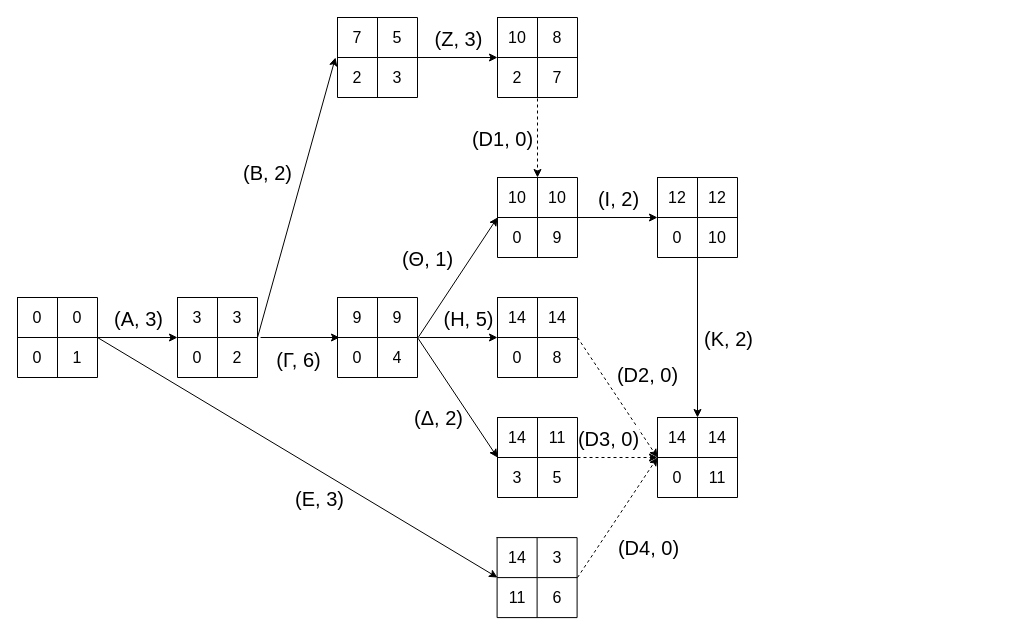
Above: BI - task 4.drawio in asimakiskydros/University-Projects (draw.io), before the change. Source tidied: cells renumbered, new cells numbered last; positions are measured from the earlier drawing's top-left corner, leaving out a move shared by most shapes. Both pictures are drawn from the tidied source at 100%, with x=0, y=0 at pixel (17, 17).
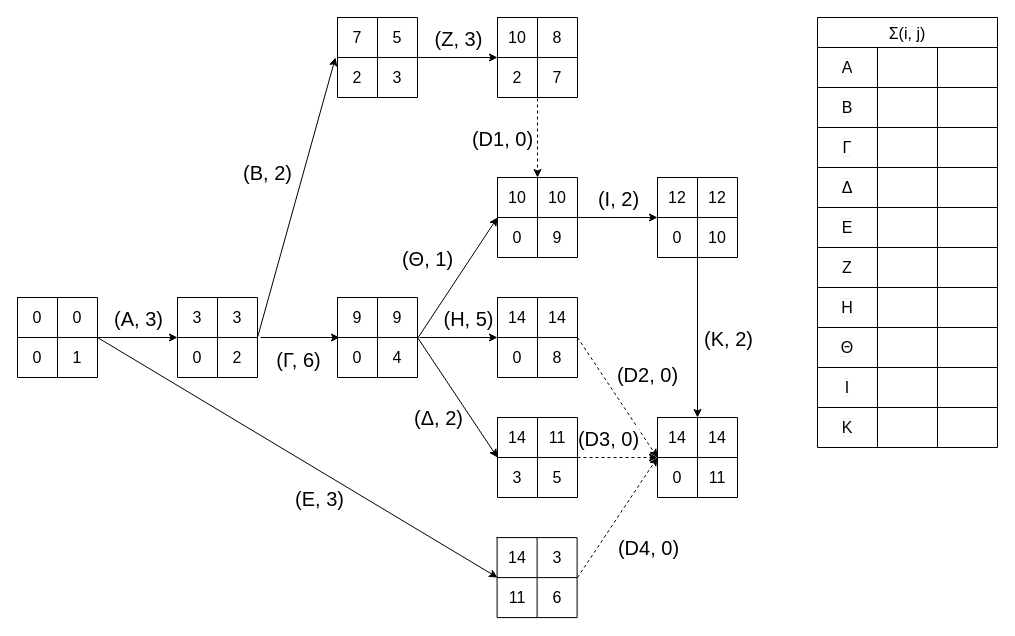
After the change.

The edit, as a diff of the source:
```diff
@@
+    <mxCell id="107" value="Σ(i, j)" style="shape=table;startSize=30;childLayout=tableLayout;strokeColor=default;fontSize=16;labelBackgroundColor=none;" parent="1" vertex="1">
+      <mxGeometry x="800" width="180" height="430" as="geometry" />
+    </mxCell>
+    <mxCell id="108" style="shape=tableRow;horizontal=0;startSize=0;swimlaneHead=0;swimlaneBody=0;strokeColor=inherit;top=0;left=0;bottom=0;right=0;fillColor=none;fontSize=16;labelBackgroundColor=#CCFFFF;" parent="107" vertex="1">
+      <mxGeometry y="30" width="180" height="40" as="geometry" />
+    </mxCell>
+    <mxCell id="109" value="&lt;span style=&quot;background-color: rgb(255, 255, 255);&quot;&gt;Α&lt;/span&gt;" style="shape=partialRectangle;html=1;whiteSpace=wrap;strokeColor=inherit;overflow=hidden;fillColor=none;top=0;left=0;bottom=0;right=0;fontSize=16;labelBackgroundColor=#CCFFFF;" parent="108" vertex="1">
+      <mxGeometry width="60" height="40" as="geometry" />
+    </mxCell>
+    <mxCell id="110" style="shape=partialRectangle;html=1;whiteSpace=wrap;strokeColor=inherit;overflow=hidden;fillColor=none;top=0;left=0;bottom=0;right=0;fontSize=16;labelBackgroundColor=#CCFFFF;" parent="108" vertex="1">
+      <mxGeometry x="60" width="60" height="40" as="geometry" />
+    </mxCell>
+    <mxCell id="111" style="shape=partialRectangle;html=1;whiteSpace=wrap;strokeColor=inherit;overflow=hidden;fillColor=none;top=0;left=0;bottom=0;right=0;fontSize=16;labelBackgroundColor=#CCFFFF;" parent="108" vertex="1">
+      <mxGeometry x="120" width="60" height="40" as="geometry" />
+    </mxCell>
+    <mxCell id="112" style="shape=tableRow;horizontal=0;startSize=0;swimlaneHead=0;swimlaneBody=0;strokeColor=inherit;top=0;left=0;bottom=0;right=0;fillColor=none;fontSize=16;labelBackgroundColor=#CCFFFF;" parent="107" vertex="1">
+      <mxGeometry y="70" width="180" height="40" as="geometry" />
+    </mxCell>
+    <mxCell id="113" value="&lt;span style=&quot;background-color: rgb(255, 255, 255);&quot;&gt;Β&lt;/span&gt;" style="shape=partialRectangle;html=1;whiteSpace=wrap;strokeColor=inherit;overflow=hidden;fillColor=none;top=0;left=0;bottom=0;right=0;fontSize=16;labelBackgroundColor=#CCFFFF;" parent="112" vertex="1">
+      <mxGeometry width="60" height="40" as="geometry" />
+    </mxCell>
+    <mxCell id="114" style="shape=partialRectangle;html=1;whiteSpace=wrap;strokeColor=inherit;overflow=hidden;fillColor=none;top=0;left=0;bottom=0;right=0;fontSize=16;labelBackgroundColor=#CCFFFF;" parent="112" vertex="1">
+      <mxGeometry x="60" width="60" height="40" as="geometry" />
+    </mxCell>
+    <mxCell id="115" style="shape=partialRectangle;html=1;whiteSpace=wrap;strokeColor=inherit;overflow=hidden;fillColor=none;top=0;left=0;bottom=0;right=0;fontSize=16;labelBackgroundColor=#CCFFFF;" parent="112" vertex="1">
+      <mxGeometry x="120" width="60" height="40" as="geometry" />
+    </mxCell>
+    <mxCell id="116" style="shape=tableRow;horizontal=0;startSize=0;swimlaneHead=0;swimlaneBody=0;strokeColor=inherit;top=0;left=0;bottom=0;right=0;fillColor=none;fontSize=16;labelBackgroundColor=#CCFFFF;" parent="107" vertex="1">
+      <mxGeometry y="110" width="180" height="40" as="geometry" />
+    </mxCell>
+    <mxCell id="117" value="&lt;span style=&quot;background-color: rgb(255, 255, 255);&quot;&gt;Γ&lt;/span&gt;" style="shape=partialRectangle;html=1;whiteSpace=wrap;strokeColor=inherit;overflow=hidden;fillColor=none;top=0;left=0;bottom=0;right=0;fontSize=16;labelBackgroundColor=#CCFFFF;" parent="116" vertex="1">
+      <mxGeometry width="60" height="40" as="geometry" />
+    </mxCell>
+    <mxCell id="118" style="shape=partialRectangle;html=1;whiteSpace=wrap;strokeColor=inherit;overflow=hidden;fillColor=none;top=0;left=0;bottom=0;right=0;fontSize=16;labelBackgroundColor=#CCFFFF;" parent="116" vertex="1">
+      <mxGeometry x="60" width="60" height="40" as="geometry" />
+    </mxCell>
+    <mxCell id="119" style="shape=partialRectangle;html=1;whiteSpace=wrap;strokeColor=inherit;overflow=hidden;fillColor=none;top=0;left=0;bottom=0;right=0;fontSize=16;labelBackgroundColor=#CCFFFF;" parent="116" vertex="1">
+      <mxGeometry x="120" width="60" height="40" as="geometry" />
+    </mxCell>
+    <mxCell id="120" style="shape=tableRow;horizontal=0;startSize=0;swimlaneHead=0;swimlaneBody=0;strokeColor=inherit;top=0;left=0;bottom=0;right=0;fillColor=none;fontSize=16;labelBackgroundColor=#CCFFFF;" parent="107" vertex="1">
+      <mxGeometry y="150" width="180" height="40" as="geometry" />
+    </mxCell>
+    <mxCell id="121" value="&lt;span style=&quot;background-color: rgb(255, 255, 255);&quot;&gt;Δ&lt;/span&gt;" style="shape=partialRectangle;html=1;whiteSpace=wrap;strokeColor=inherit;overflow=hidden;fillColor=none;top=0;left=0;bottom=0;right=0;fontSize=16;labelBackgroundColor=#CCFFFF;" parent="120" vertex="1">
+      <mxGeometry width="60" height="40" as="geometry" />
+    </mxCell>
+    <mxCell id="122" style="shape=partialRectangle;html=1;whiteSpace=wrap;strokeColor=inherit;overflow=hidden;fillColor=none;top=0;left=0;bottom=0;right=0;fontSize=16;labelBackgroundColor=#CCFFFF;" parent="120" vertex="1">
+      <mxGeometry x="60" width="60" height="40" as="geometry" />
+    </mxCell>
+    <mxCell id="123" style="shape=partialRectangle;html=1;whiteSpace=wrap;strokeColor=inherit;overflow=hidden;fillColor=none;top=0;left=0;bottom=0;right=0;fontSize=16;labelBackgroundColor=#CCFFFF;" parent="120" vertex="1">
+      <mxGeometry x="120" width="60" height="40" as="geometry" />
+    </mxCell>
+    <mxCell id="124" style="shape=tableRow;horizontal=0;startSize=0;swimlaneHead=0;swimlaneBody=0;strokeColor=inherit;top=0;left=0;bottom=0;right=0;fillColor=none;fontSize=16;labelBackgroundColor=#CCFFFF;" parent="107" vertex="1">
+      <mxGeometry y="190" width="180" height="40" as="geometry" />
+    </mxCell>
+    <mxCell id="125" value="&lt;span style=&quot;background-color: rgb(255, 255, 255);&quot;&gt;Ε&lt;/span&gt;" style="shape=partialRectangle;html=1;whiteSpace=wrap;strokeColor=inherit;overflow=hidden;fillColor=none;top=0;left=0;bottom=0;right=0;fontSize=16;labelBackgroundColor=#CCFFFF;" parent="124" vertex="1">
+      <mxGeometry width="60" height="40" as="geometry" />
+    </mxCell>
+    <mxCell id="126" style="shape=partialRectangle;html=1;whiteSpace=wrap;strokeColor=inherit;overflow=hidden;fillColor=none;top=0;left=0;bottom=0;right=0;fontSize=16;labelBackgroundColor=#CCFFFF;" parent="124" vertex="1">
+      <mxGeometry x="60" width="60" height="40" as="geometry" />
+    </mxCell>
+    <mxCell id="127" style="shape=partialRectangle;html=1;whiteSpace=wrap;strokeColor=inherit;overflow=hidden;fillColor=none;top=0;left=0;bottom=0;right=0;fontSize=16;labelBackgroundColor=#CCFFFF;" parent="124" vertex="1">
+      <mxGeometry x="120" width="60" height="40" as="geometry" />
+    </mxCell>
+    <mxCell id="128" style="shape=tableRow;horizontal=0;startSize=0;swimlaneHead=0;swimlaneBody=0;strokeColor=inherit;top=0;left=0;bottom=0;right=0;fillColor=none;fontSize=16;labelBackgroundColor=#CCFFFF;" parent="107" vertex="1">
+      <mxGeometry y="230" width="180" height="40" as="geometry" />
+    </mxCell>
+    <mxCell id="129" value="&lt;span style=&quot;background-color: rgb(255, 255, 255);&quot;&gt;Ζ&lt;/span&gt;" style="shape=partialRectangle;html=1;whiteSpace=wrap;strokeColor=inherit;overflow=hidden;fillColor=none;top=0;left=0;bottom=0;right=0;fontSize=16;labelBackgroundColor=#CCFFFF;" parent="128" vertex="1">
+      <mxGeometry width="60" height="40" as="geometry" />
+    </mxCell>
+    <mxCell id="130" style="shape=partialRectangle;html=1;whiteSpace=wrap;strokeColor=inherit;overflow=hidden;fillColor=none;top=0;left=0;bottom=0;right=0;fontSize=16;labelBackgroundColor=#CCFFFF;" parent="128" vertex="1">
+      <mxGeometry x="60" width="60" height="40" as="geometry" />
+    </mxCell>
+    <mxCell id="131" style="shape=partialRectangle;html=1;whiteSpace=wrap;strokeColor=inherit;overflow=hidden;fillColor=none;top=0;left=0;bottom=0;right=0;fontSize=16;labelBackgroundColor=#CCFFFF;" parent="128" vertex="1">
+      <mxGeometry x="120" width="60" height="40" as="geometry" />
+    </mxCell>
+    <mxCell id="132" style="shape=tableRow;horizontal=0;startSize=0;swimlaneHead=0;swimlaneBody=0;strokeColor=inherit;top=0;left=0;bottom=0;right=0;fillColor=none;fontSize=16;labelBackgroundColor=#CCFFFF;" parent="107" vertex="1">
+      <mxGeometry y="270" width="180" height="40" as="geometry" />
+    </mxCell>
+    <mxCell id="133" value="&lt;span style=&quot;background-color: rgb(255, 255, 255);&quot;&gt;Η&lt;/span&gt;" style="shape=partialRectangle;html=1;whiteSpace=wrap;strokeColor=inherit;overflow=hidden;fillColor=none;top=0;left=0;bottom=0;right=0;fontSize=16;labelBackgroundColor=#CCFFFF;" parent="132" vertex="1">
+      <mxGeometry width="60" height="40" as="geometry" />
+    </mxCell>
+    <mxCell id="134" style="shape=partialRectangle;html=1;whiteSpace=wrap;strokeColor=inherit;overflow=hidden;fillColor=none;top=0;left=0;bottom=0;right=0;fontSize=16;labelBackgroundColor=#CCFFFF;" parent="132" vertex="1">
+      <mxGeometry x="60" width="60" height="40" as="geometry" />
+    </mxCell>
+    <mxCell id="135" style="shape=partialRectangle;html=1;whiteSpace=wrap;strokeColor=inherit;overflow=hidden;fillColor=none;top=0;left=0;bottom=0;right=0;fontSize=16;labelBackgroundColor=#CCFFFF;" parent="132" vertex="1">
+      <mxGeometry x="120" width="60" height="40" as="geometry" />
+    </mxCell>
+    <mxCell id="136" style="shape=tableRow;horizontal=0;startSize=0;swimlaneHead=0;swimlaneBody=0;strokeColor=inherit;top=0;left=0;bottom=0;right=0;fillColor=none;fontSize=16;labelBackgroundColor=#CCFFFF;" parent="107" vertex="1">
+      <mxGeometry y="310" width="180" height="40" as="geometry" />
+    </mxCell>
+    <mxCell id="137" value="&lt;span style=&quot;background-color: rgb(255, 255, 255);&quot;&gt;Θ&lt;/span&gt;" style="shape=partialRectangle;html=1;whiteSpace=wrap;strokeColor=inherit;overflow=hidden;fillColor=none;top=0;left=0;bottom=0;right=0;fontSize=16;labelBackgroundColor=#CCFFFF;" parent="136" vertex="1">
+      <mxGeometry width="60" height="40" as="geometry" />
+    </mxCell>
+    <mxCell id="138" style="shape=partialRectangle;html=1;whiteSpace=wrap;strokeColor=inherit;overflow=hidden;fillColor=none;top=0;left=0;bottom=0;right=0;fontSize=16;labelBackgroundColor=#CCFFFF;" parent="136" vertex="1">
+      <mxGeometry x="60" width="60" height="40" as="geometry" />
+    </mxCell>
+    <mxCell id="139" style="shape=partialRectangle;html=1;whiteSpace=wrap;strokeColor=inherit;overflow=hidden;fillColor=none;top=0;left=0;bottom=0;right=0;fontSize=16;labelBackgroundColor=#CCFFFF;" parent="136" vertex="1">
+      <mxGeometry x="120" width="60" height="40" as="geometry" />
+    </mxCell>
+    <mxCell id="140" style="shape=tableRow;horizontal=0;startSize=0;swimlaneHead=0;swimlaneBody=0;strokeColor=inherit;top=0;left=0;bottom=0;right=0;fillColor=none;fontSize=16;labelBackgroundColor=#CCFFFF;" parent="107" vertex="1">
+      <mxGeometry y="350" width="180" height="40" as="geometry" />
+    </mxCell>
+    <mxCell id="141" value="&lt;span style=&quot;background-color: rgb(255, 255, 255);&quot;&gt;Ι&lt;/span&gt;" style="shape=partialRectangle;html=1;whiteSpace=wrap;strokeColor=inherit;overflow=hidden;fillColor=none;top=0;left=0;bottom=0;right=0;fontSize=16;labelBackgroundColor=#CCFFFF;" parent="140" vertex="1">
+      <mxGeometry width="60" height="40" as="geometry" />
+    </mxCell>
+    <mxCell id="142" style="shape=partialRectangle;html=1;whiteSpace=wrap;strokeColor=inherit;overflow=hidden;fillColor=none;top=0;left=0;bottom=0;right=0;fontSize=16;labelBackgroundColor=#CCFFFF;" parent="140" vertex="1">
+      <mxGeometry x="60" width="60" height="40" as="geometry" />
+    </mxCell>
+    <mxCell id="143" style="shape=partialRectangle;html=1;whiteSpace=wrap;strokeColor=inherit;overflow=hidden;fillColor=none;top=0;left=0;bottom=0;right=0;fontSize=16;labelBackgroundColor=#CCFFFF;" parent="140" vertex="1">
+      <mxGeometry x="120" width="60" height="40" as="geometry" />
+    </mxCell>
+    <mxCell id="144" style="shape=tableRow;horizontal=0;startSize=0;swimlaneHead=0;swimlaneBody=0;strokeColor=inherit;top=0;left=0;bottom=0;right=0;fillColor=none;fontSize=16;labelBackgroundColor=#CCFFFF;" parent="107" vertex="1">
+      <mxGeometry y="390" width="180" height="40" as="geometry" />
+    </mxCell>
+    <mxCell id="145" value="&lt;span style=&quot;background-color: rgb(255, 255, 255);&quot;&gt;Κ&lt;/span&gt;" style="shape=partialRectangle;html=1;whiteSpace=wrap;strokeColor=inherit;overflow=hidden;fillColor=none;top=0;left=0;bottom=0;right=0;fontSize=16;labelBackgroundColor=#CCFFFF;" parent="144" vertex="1">
+      <mxGeometry width="60" height="40" as="geometry" />
+    </mxCell>
+    <mxCell id="146" style="shape=partialRectangle;html=1;whiteSpace=wrap;strokeColor=inherit;overflow=hidden;fillColor=none;top=0;left=0;bottom=0;right=0;fontSize=16;labelBackgroundColor=#CCFFFF;" parent="144" vertex="1">
+      <mxGeometry x="60" width="60" height="40" as="geometry" />
+    </mxCell>
+    <mxCell id="147" style="shape=partialRectangle;html=1;whiteSpace=wrap;strokeColor=inherit;overflow=hidden;fillColor=none;top=0;left=0;bottom=0;right=0;fontSize=16;labelBackgroundColor=#CCFFFF;" parent="144" vertex="1">
+      <mxGeometry x="120" width="60" height="40" as="geometry" />
+    </mxCell>
```
